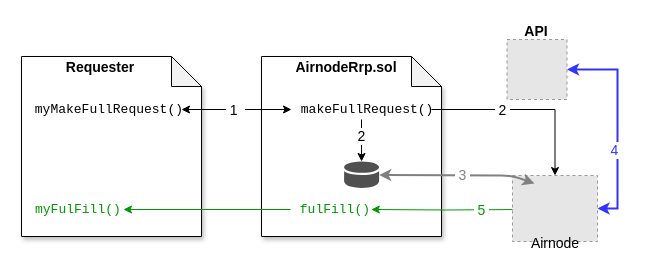
The draw.io diagram docs/airnode/next/assets/diagrams/concepts-request.drawio in api3dao/old-api3-docs, before the edit. Source tidied: cells renumbered, new cells numbered last; positions are measured from the earlier drawing's top-left corner, leaving out a move shared by most shapes. Both pictures are drawn from the tidied source at 100%, with x=0, y=0 at pixel (21, 21). Pictures stored in the file or linked from it are replaced by grey dashed boxes.
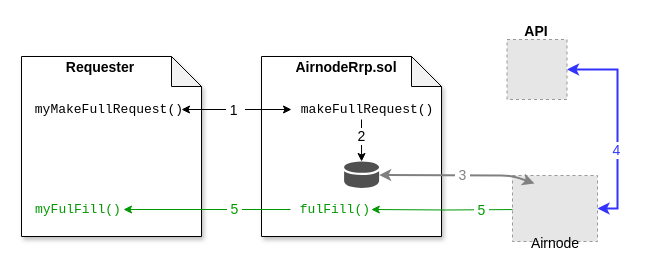
The same diagram, later.

Commit message (it also covers changes not shown here):
Remove line to Airnode from makeFullRequest Not sure why I had that line there but it needs to go.

Unchanged cells that the change refers to:
```xml
<mxCell id="9" value="&lt;font size=&quot;1&quot;&gt;&lt;span style=&quot;font-size: 13px&quot;&gt;&amp;nbsp;makeFullRequest()&lt;/span&gt;&lt;/font&gt;" style="text;html=1;strokeColor=none;fillColor=none;align=left;verticalAlign=middle;whiteSpace=wrap;rounded=0;shadow=1;fontFamily=Courier New;" parent="1" vertex="1">
  <mxGeometry x="270" y="78" width="140" height="20" as="geometry" />
</mxCell>
<mxCell id="12" style="endArrow=classic;html=1;fontFamily=Helvetica;strokeWidth=1;exitX=0;exitY=0.5;exitDx=0;exitDy=0;entryX=1;entryY=0.5;entryDx=0;entryDy=0;fontColor=#009900;strokeColor=#009900;" parent="1" edge="1" source="11" target="10">
  <mxGeometry relative="1" as="geometry" />
</mxCell>
<mxCell id="15" style="fillColor=#E6E6E6;strokeColor=#999999;dashed=1;verticalLabelPosition=bottom;labelBackgroundColor=#ffffff;verticalAlign=top;" parent="1" vertex="1">
  <mxGeometry x="491" y="154" width="85" height="66" as="geometry" />
</mxCell>
<mxCell id="16" style="edgeStyle=orthogonalEdgeStyle;rounded=0;jettySize=auto;html=1;fontSize=12;startArrow=classic;startFill=1;endArrow=classic;endFill=1;strokeColor=#3333FF;strokeWidth=2;entryX=0.5;entryY=1;entryDx=0;entryDy=0;exitX=1;exitY=0.5;exitDx=0;exitDy=0;" parent="1" edge="1" source="15" target="25">
  <mxGeometry relative="1" as="geometry" />
</mxCell>
```

Change to the diagram source:
```diff
@@
-    <mxCell id="7" style="edgeStyle=orthogonalEdgeStyle;rounded=0;jettySize=auto;html=1;fontColor=#009900;startArrow=none;startFill=0;endArrow=classic;endFill=1;strokeColor=#000000;strokeWidth=1;entryX=0.5;entryY=0;entryDx=0;entryDy=0;exitX=1;exitY=0.5;exitDx=0;exitDy=0;" parent="1" edge="1" source="9" target="15">
-      <mxGeometry relative="1" as="geometry" />
-    </mxCell>
-    <mxCell id="8" value="&lt;font color=&quot;#000000&quot;&gt;&lt;span style=&quot;font-size: 14px&quot;&gt;&amp;nbsp;2&amp;nbsp;&lt;/span&gt;&lt;/font&gt;" style="edgeLabel;html=1;align=center;verticalAlign=middle;fontColor=#009900;" parent="7" vertex="1">
-      <mxGeometry x="-0.26" relative="1" as="geometry" />
-    </mxCell>
@@
+    <mxCell id="28" value="&lt;font color=&quot;#009900&quot; style=&quot;font-size: 14px&quot;&gt;&amp;nbsp;5&amp;nbsp;&lt;/font&gt;" style="edgeLabel;html=1;align=center;verticalAlign=middle;" parent="12" vertex="1">
+      <mxGeometry x="-0.32" y="-1" relative="1" as="geometry" />
+    </mxCell>
@@
     <mxCell id="17" value="&lt;span style=&quot;font-size: 14px&quot;&gt;&lt;font color=&quot;#3333ff&quot;&gt;&amp;nbsp;4&amp;nbsp;&lt;/font&gt;&lt;/span&gt;" style="edgeLabel;html=1;align=center;verticalAlign=middle;fontSize=12;" parent="16" vertex="1">
       <mxGeometry x="-0.03" y="2" relative="1" as="geometry">
-        <mxPoint x="-2" y="23" as="offset" />
+        <mxPoint y="23" as="offset" />
       </mxGeometry>
     </mxCell>
```
